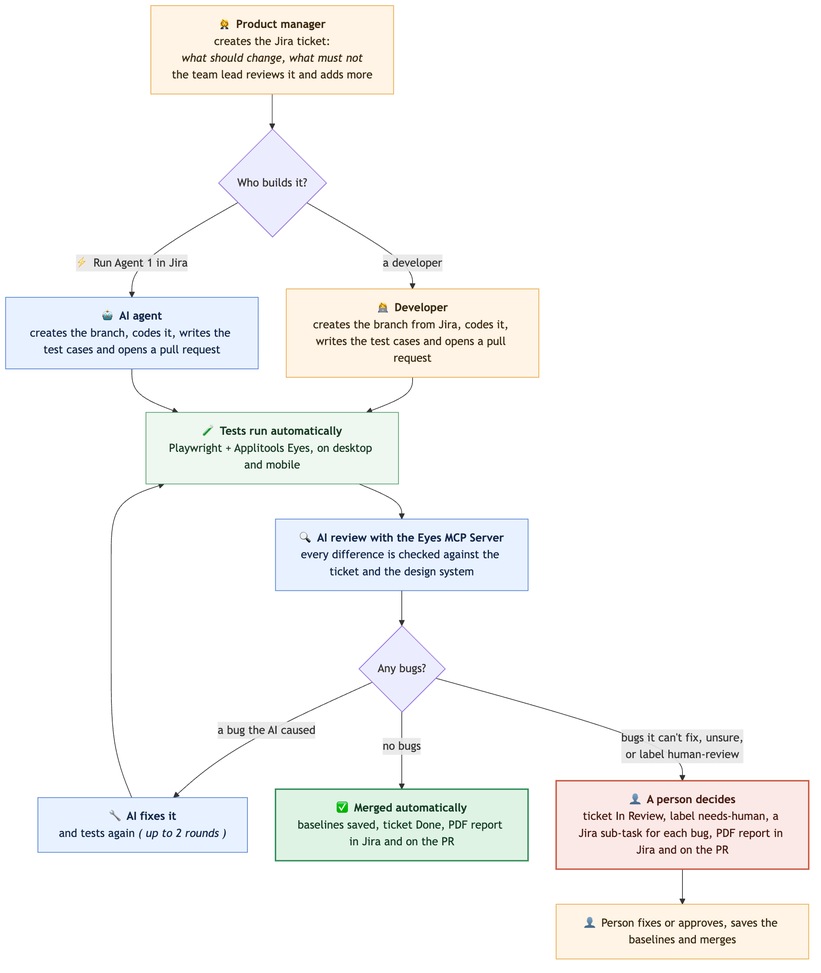
Above: docs/images/user-flow.png in ssharma007-dev/wikipedia-visual-ci (Mermaid), before the change. Its source is kept beside it as docs/images/user-flow.mmd.
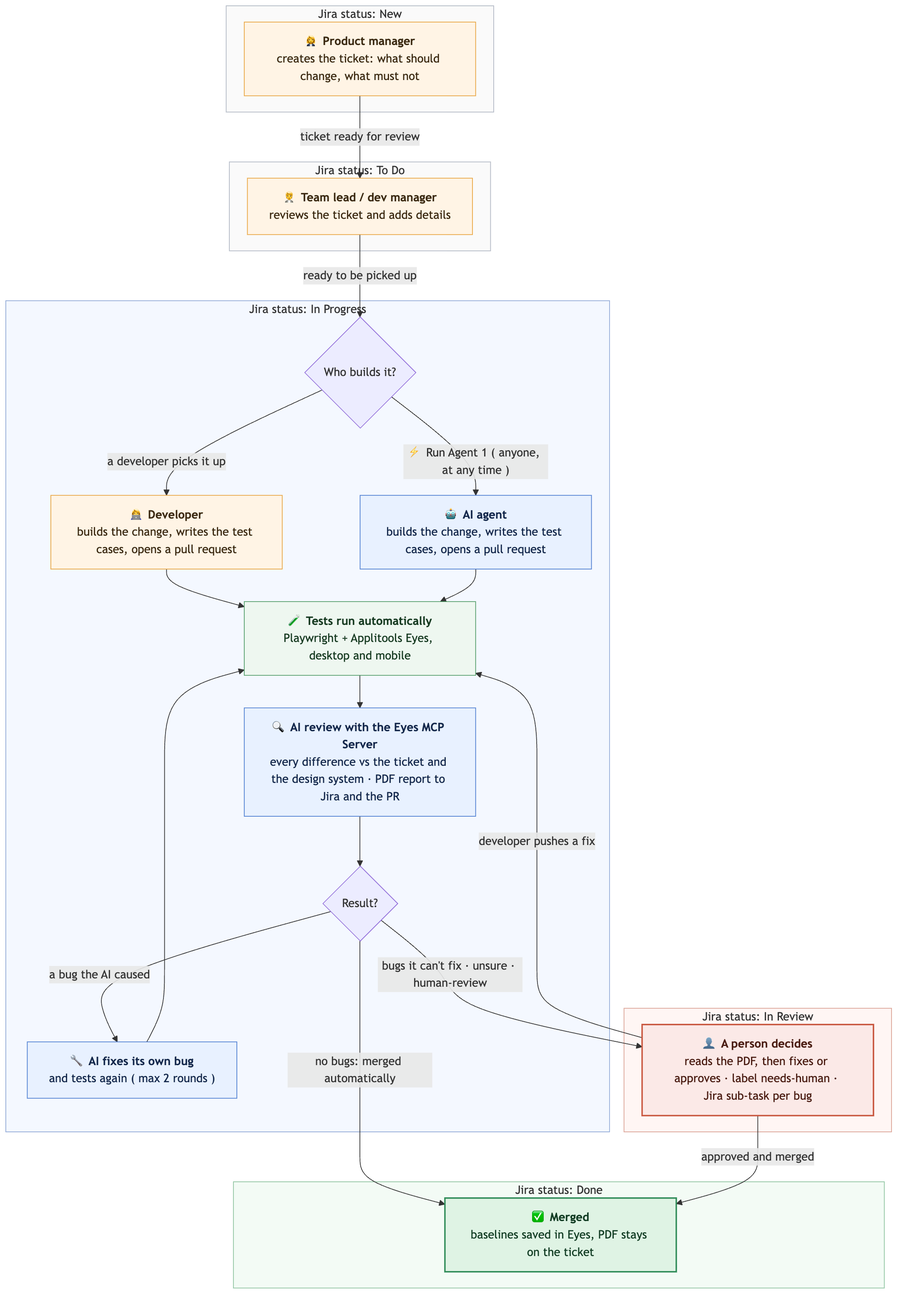
The same file after the commit.

Commit message:
User flow diagram grouped by Jira status, with who acts and what triggers each step

Change to the diagram source:
```diff
@@ -1,30 +1,54 @@
-%%{init: {"flowchart": {"wrappingWidth": 300, "nodeSpacing": 40, "rankSpacing": 50}}}%%
+%%{init: {"flowchart": {"wrappingWidth": 260, "nodeSpacing": 30, "rankSpacing": 45, "curve": "basis"}}}%%
 flowchart TD
-    A["👩‍💼 <b>Product manager</b><br/>creates the Jira ticket:<br/><i>what should change, what must not</i><br/>the team lead reviews it and adds more"] --> B{"Who builds it?"}
+    subgraph S1["Jira status: New"]
+        A["👩‍💼 <b>Product manager</b><br/>creates the ticket: what should change, what must not"]
+    end
+    subgraph S2["Jira status: To Do"]
+        B["🧑‍💼 <b>Team lead / dev manager</b><br/>reviews the ticket and adds details"]
+    end
+    subgraph S3["Jira status: In Progress"]
+        C{"Who builds it?"}
+        D["👩‍💻 <b>Developer</b><br/>builds the change, writes the test cases, opens a pull request"]
+        E["🤖 <b>AI agent</b><br/>builds the change, writes the test cases, opens a pull request"]
+        F["🧪 <b>Tests run automatically</b><br/>Playwright + Applitools Eyes, desktop and mobile"]
+        G["🔍 <b>AI review with the Eyes MCP Server</b><br/>every difference vs the ticket and the design system · PDF report to Jira and the PR"]
+        H{"Result?"}
+        I["🔧 <b>AI fixes its own bug</b><br/>and tests again ( max 2 rounds )"]
+    end
+    subgraph S4["Jira status: In Review"]
+        J["👤 <b>A person decides</b><br/>reads the PDF, then fixes or approves · label needs-human · Jira sub-task per bug"]
+    end
+    subgraph S5["Jira status: Done"]
+        K["✅ <b>Merged</b><br/>baselines saved in Eyes, PDF stays on the ticket"]
+    end
 
-    B -->|"a developer"| C["👩‍💻 <b>Developer</b><br/>creates the branch from Jira, codes it, writes the test cases and opens a pull request"]
-    B -->|"⚡ Run Agent 1 in Jira"| D["🤖 <b>AI agent</b><br/>creates the branch, codes it, writes the test cases and opens a pull request"]
-
-    C --> E["🧪 <b>Tests run automatically</b><br/>Playwright + Applitools Eyes, on desktop and mobile"]
-    D --> E
-
-    E --> F["🔍 <b>AI review with the Eyes MCP Server</b><br/>every difference is checked against the ticket and the design system"]
-
-    F --> G{"Any bugs?"}
-    G -->|"a bug the AI caused"| H["🔧 <b>AI fixes it</b><br/>and tests again <i>( up to 2 rounds )</i>"]
-    H --> E
-
-    G -->|"no bugs"| I["✅ <b>Merged automatically</b><br/>baselines saved, ticket Done, PDF report in Jira and on the PR"]
-    G -->|"bugs it can't fix, unsure,<br/>or label human-review"| J["👤 <b>A person decides</b><br/>ticket In Review, label needs-human, a Jira sub-task for each bug, PDF report in Jira and on the PR"]
-    J --> K["👤 Person fixes or approves, saves the baselines and merges"]
+    A -->|"ticket ready for review"| B
+    B -->|"ready to be picked up"| C
+    C -->|"a developer picks it up"| D
+    C -->|"⚡ Run Agent 1 ( anyone, at any time )"| E
+    D --> F
+    E --> F
+    F --> G
+    G --> H
+    H -->|"no bugs: merged automatically"| K
+    H -->|"a bug the AI caused"| I
+    I --> F
+    H -->|"bugs it can't fix · unsure · human-review"| J
+    J -->|"developer pushes a fix"| F
+    J -->|"approved and merged"| K
 
     classDef person fill:#FFF4E5,stroke:#E8A33D,color:#3B2A12
     classDef ai fill:#E8F1FF,stroke:#4A7BD0,color:#14284B
     classDef auto fill:#EEF7F0,stroke:#4E9A64,color:#173B22
     classDef good fill:#DFF3E4,stroke:#2E8B57,color:#123D24,stroke-width:2px
     classDef decide fill:#FBE9E7,stroke:#C8553D,color:#4A1C12,stroke-width:2px
-    class A,C,K person
-    class D,F,H ai
-    class E auto
-    class I good
+    class A,B,D person
+    class E,G,I ai
+    class F auto
+    class K good
     class J decide
+    style S1 fill:#FAFAFA,stroke:#B0B7C3
+    style S2 fill:#FAFAFA,stroke:#B0B7C3
+    style S3 fill:#F4F8FF,stroke:#8FA8D6
+    style S4 fill:#FFF6F4,stroke:#D9A093
+    style S5 fill:#F3FBF5,stroke:#8CC29E
```
